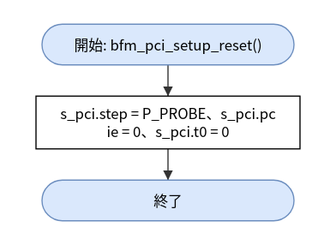
This is doc/spec/images/flow_src_bfm_pci-bfm_pci_setup_reset.drawio.svg from hf355051012-ai/bfmem, a draw.io export, as it was before one commit. Source tidied: cells renumbered, new cells last; positions are measured from the earlier drawing's top-left corner, leaving out a move shared by most shapes.
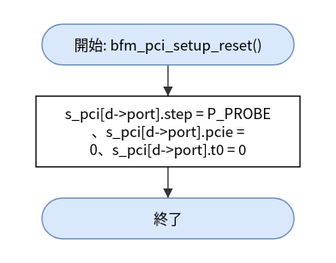
Later version of the same file.

The edit, as a diff of the source:
```diff
@@ -5,11 +5,11 @@
     <mxCell id="2" value="開始: bfm_pci_setup_reset()" style="rounded=1;arcSize=50;whiteSpace=wrap;html=1;fillColor=#dae8fc;strokeColor=#6c8ebf;" parent="1" vertex="1">
       <mxGeometry x="5" width="210" height="34" as="geometry" />
     </mxCell>
-    <mxCell id="3" value="s_pci.step = P_PROBE、s_pci.pc&lt;br&gt;ie = 0、s_pci.t0 = 0" style="rounded=0;whiteSpace=wrap;html=1;" parent="1" vertex="1">
-      <mxGeometry y="60" width="220" height="44" as="geometry" />
+    <mxCell id="3" value="s_pci[d-&amp;gt;port].step = P_PROBE&lt;br&gt;、s_pci[d-&amp;gt;port].pcie =&lt;br&gt;0、s_pci[d-&amp;gt;port].t0 = 0" style="rounded=0;whiteSpace=wrap;html=1;" parent="1" vertex="1">
+      <mxGeometry y="60" width="220" height="59" as="geometry" />
     </mxCell>
     <mxCell id="4" value="終了" style="rounded=1;arcSize=50;whiteSpace=wrap;html=1;fillColor=#dae8fc;strokeColor=#6c8ebf;" parent="1" vertex="1">
-      <mxGeometry x="5" y="130" width="210" height="34" as="geometry" />
+      <mxGeometry x="5" y="145" width="210" height="34" as="geometry" />
     </mxCell>
     <mxCell id="5" style="edgeStyle=none;html=1;rounded=0;endArrow=block;endFill=1;exitX=0.5000;exitY=1.0000;exitDx=0;exitDy=0;exitPerimeter=0;entryX=0.5000;entryY=0.0000;entryDx=0;entryDy=0;entryPerimeter=0;" parent="1" edge="1" source="2" target="3">
       <mxGeometry relative="1" as="geometry" />
```
